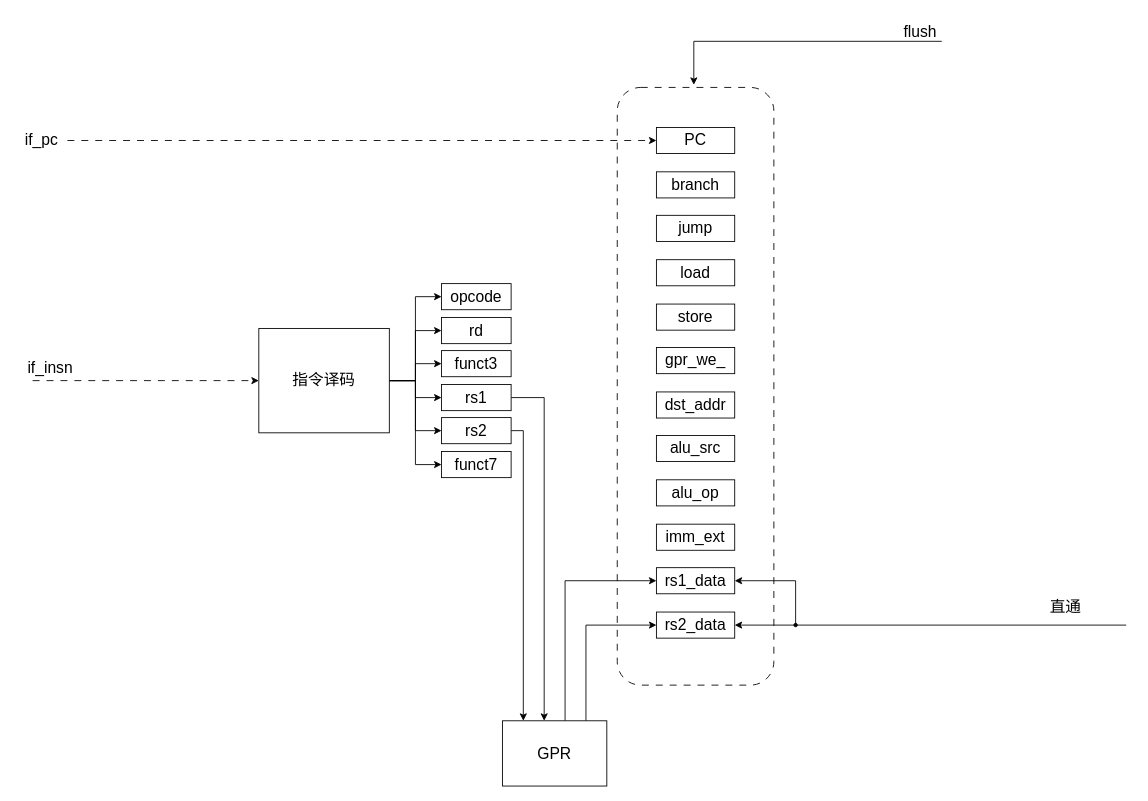
Above: page "指令解析" (4 of 7) of Doc/cySOC总系统框图.drawio in Unpdt/cySOC (draw.io), before the change. Source tidied: cells renumbered, new cells numbered last; positions are measured from the earlier drawing's top-left corner, leaving out a move shared by most shapes. Both pictures are drawn from the tidied source at 87%, with x=0, y=0 at pixel (15, 15).
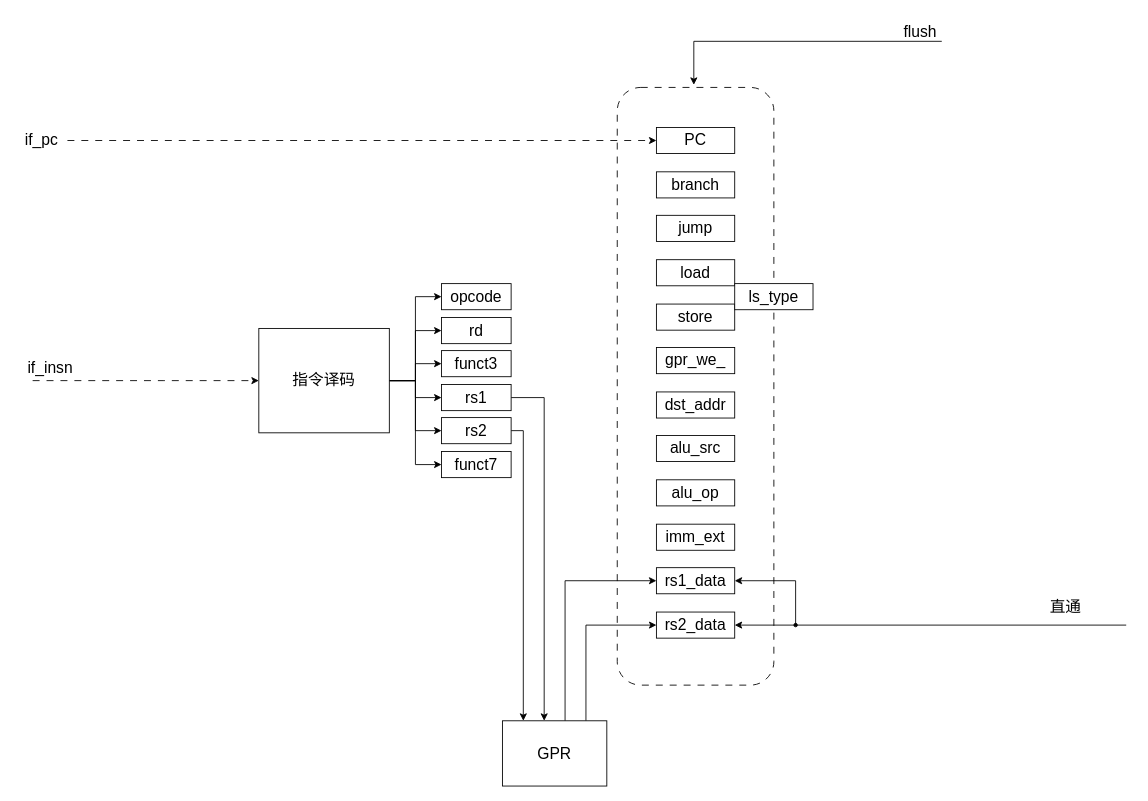
After the change.

Change to the diagram source:
```diff
@@
+    <mxCell id="43" value="&lt;span style=&quot;font-size: 18px;&quot;&gt;ls_type&lt;/span&gt;" style="rounded=0;whiteSpace=wrap;html=1;" parent="1" vertex="1">
+      <mxGeometry x="827" y="308.5" width="90" height="30" as="geometry" />
+    </mxCell>
```
